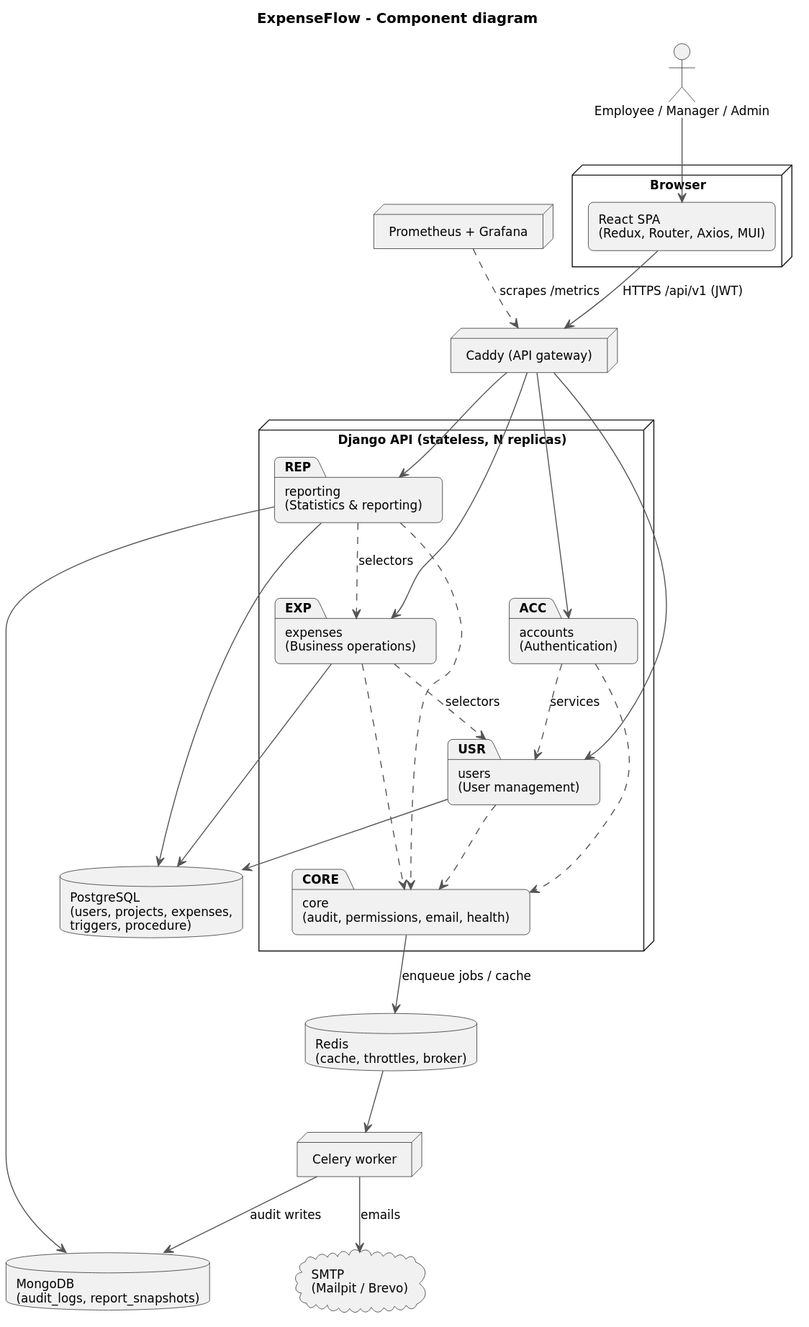
Earlier version of the PlantUML export docs/diagrams/rendered/component.svg (RrezeKonjusha/expenseflow). Source of this version:
```plantuml
@startuml
!include _style.iuml
title ExpenseFlow - Component diagram

actor "Employee / Manager / Admin" as U
node "Browser" {
  [React SPA\n(Redux, Router, Axios, MUI)] as SPA
}
node "Caddy (API gateway)" as GW
node "Django API (stateless, N replicas)" {
  package "accounts\n(Authentication)" as ACC
  package "users\n(User management)" as USR
  package "expenses\n(Business operations)" as EXP
  package "reporting\n(Statistics & reporting)" as REP
  package "core\n(audit, permissions, email, health)" as CORE
}
node "Celery worker" as W
database "PostgreSQL\n(users, projects, expenses,\ntriggers, procedure)" as PG
database "MongoDB\n(audit_logs, report_snapshots)" as MG
database "Redis\n(cache, throttles, broker)" as RD
cloud "SMTP\n(Mailpit / Brevo)" as SMTP
node "Prometheus + Grafana" as MON

U --> SPA
SPA --> GW : HTTPS /api/v1 (JWT)
GW --> ACC
GW --> USR
GW --> EXP
GW --> REP
ACC ..> USR : services
EXP ..> USR : selectors
REP ..> EXP : selectors
ACC ..> CORE
USR ..> CORE
EXP ..> CORE
REP ..> CORE
USR --> PG
EXP --> PG
REP --> PG
REP --> MG
CORE --> RD : enqueue jobs / cache
RD --> W
W --> MG : audit writes
W --> SMTP : emails
MON ..> GW : scrapes /metrics
@enduml
```
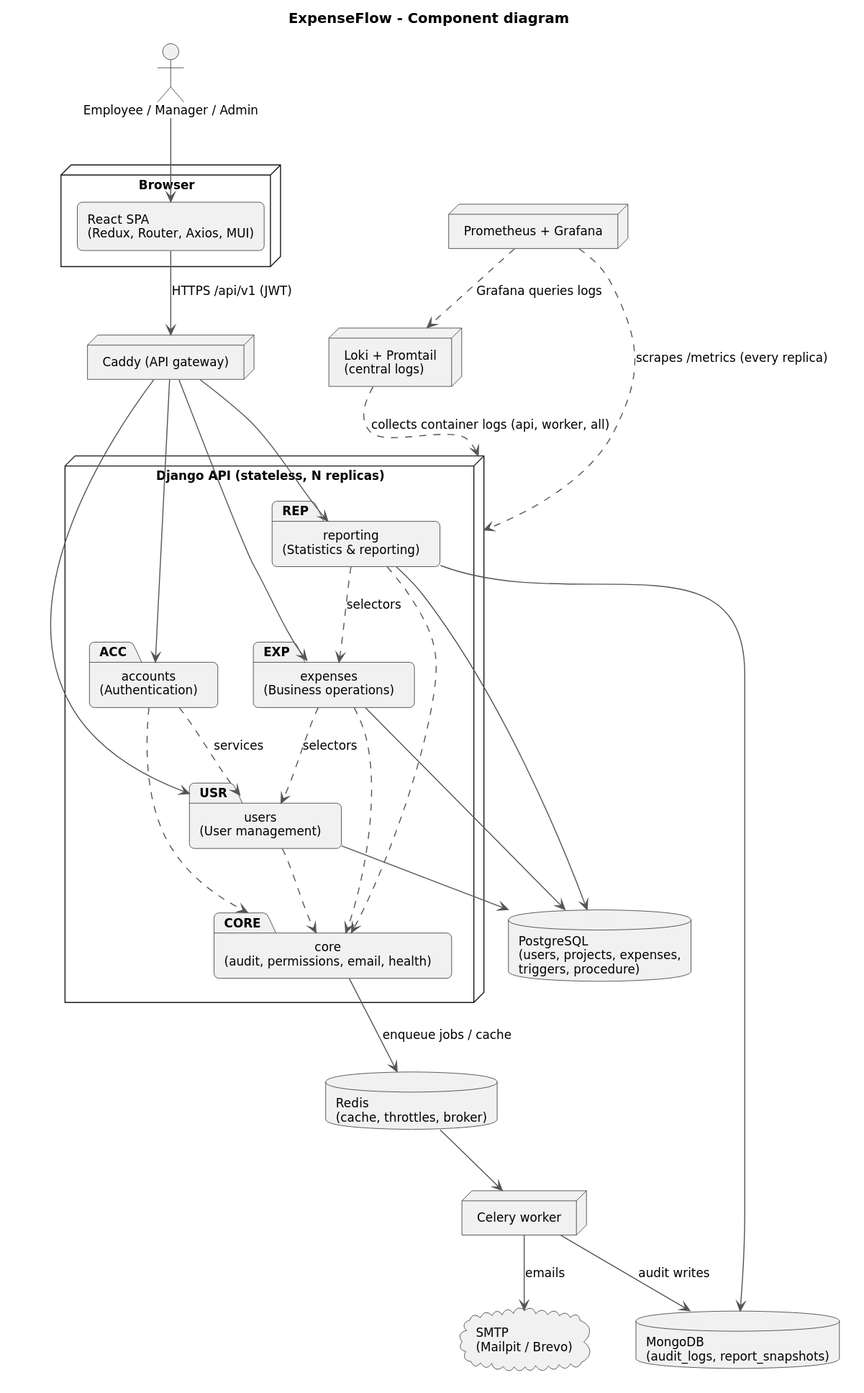
Above is the later version.

What changed in the source:
```diff
@@ -7,7 +7,7 @@
   [React SPA\n(Redux, Router, Axios, MUI)] as SPA
 }
 node "Caddy (API gateway)" as GW
-node "Django API (stateless, N replicas)" {
+node "Django API (stateless, N replicas)" as API {
   package "accounts\n(Authentication)" as ACC
   package "users\n(User management)" as USR
   package "expenses\n(Business operations)" as EXP
@@ -20,6 +20,7 @@
 database "Redis\n(cache, throttles, broker)" as RD
 cloud "SMTP\n(Mailpit / Brevo)" as SMTP
 node "Prometheus + Grafana" as MON
+node "Loki + Promtail\n(central logs)" as LOG
 
 U --> SPA
 SPA --> GW : HTTPS /api/v1 (JWT)
@@ -42,5 +43,7 @@
 RD --> W
 W --> MG : audit writes
 W --> SMTP : emails
-MON ..> GW : scrapes /metrics
+MON ..> API : scrapes /metrics (every replica)
+LOG ..> API : collects container logs (api, worker, all)
+MON ..> LOG : Grafana queries logs
 @enduml
```
